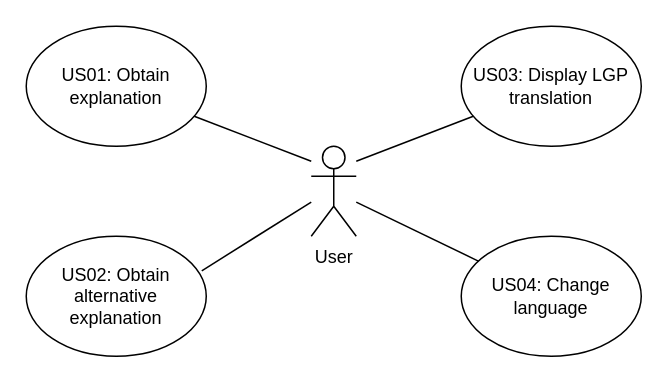
Earlier version of the draw.io diagram diagrams/usecasediagram.drawio (whzd/thesis). Source tidied: cells renumbered, new cells numbered last; positions are measured from the earlier drawing's top-left corner, leaving out a move shared by most shapes. Both pictures are drawn from the tidied source at 150%, with x=0, y=0 at pixel (26, 26).
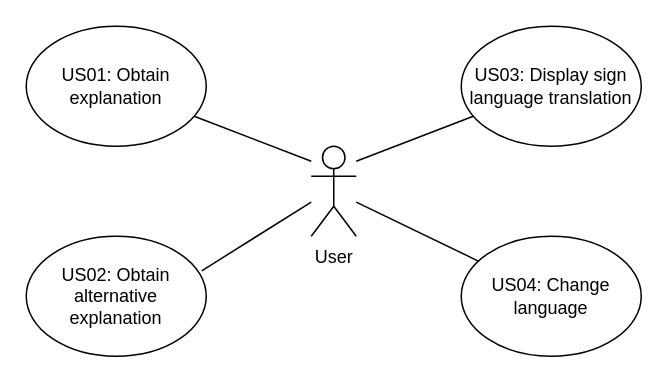
Above is the later version.

What changed in the source:
```diff
@@
 <mxGraphModel>
   <root>
     <mxCell id="0" />
     <mxCell id="1" parent="0" />
     <mxCell id="2" value="User" style="shape=umlActor;verticalLabelPosition=bottom;verticalAlign=top;html=1;outlineConnect=0;" parent="1" vertex="1">
       <mxGeometry x="190" y="80" width="30" height="60" as="geometry" />
     </mxCell>
     <mxCell id="3" value="US01: Obtain explanation" style="ellipse;whiteSpace=wrap;html=1;" parent="1" vertex="1">
       <mxGeometry width="120" height="80" as="geometry" />
     </mxCell>
     <mxCell id="4" value="US02: Obtain alternative explanation" style="ellipse;whiteSpace=wrap;html=1;" parent="1" vertex="1">
       <mxGeometry y="140" width="120" height="80" as="geometry" />
     </mxCell>
-    <mxCell id="5" value="US03: Display LGP translation" style="ellipse;whiteSpace=wrap;html=1;" parent="1" vertex="1">
+    <mxCell id="5" value="&lt;div&gt;US03: Display sign language translation&lt;/div&gt;" style="ellipse;whiteSpace=wrap;html=1;" parent="1" vertex="1">
       <mxGeometry x="290" width="120" height="80" as="geometry" />
     </mxCell>
     <mxCell id="6" value="US04: Change language" style="ellipse;whiteSpace=wrap;html=1;" parent="1" vertex="1">
       <mxGeometry x="290" y="140" width="120" height="80" as="geometry" />
     </mxCell>
     <mxCell id="7" style="endArrow=none;html=1;" parent="1" edge="1" target="5">
       <mxGeometry relative="1" as="geometry">
         <mxPoint x="220" y="90" as="sourcePoint" />
       </mxGeometry>
     </mxCell>
     <mxCell id="8" style="endArrow=none;html=1;" parent="1" edge="1" source="2" target="6">
       <mxGeometry relative="1" as="geometry" />
     </mxCell>
     <mxCell id="9" style="endArrow=none;html=1;" parent="1" edge="1" target="3">
       <mxGeometry relative="1" as="geometry">
         <mxPoint x="190" y="90" as="sourcePoint" />
       </mxGeometry>
     </mxCell>
     <mxCell id="10" style="endArrow=none;html=1;entryX=0.975;entryY=0.288;entryDx=0;entryDy=0;entryPerimeter=0;" parent="1" edge="1" target="4">
       <mxGeometry relative="1" as="geometry">
         <mxPoint x="190" y="117.2" as="sourcePoint" />
       </mxGeometry>
     </mxCell>
   </root>
 </mxGraphModel>
```
